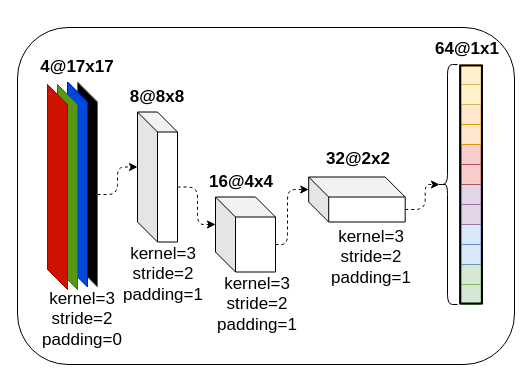
Above: page "CNN" (5 of 5) of Documents/diagrams.drawio in mirkousuelli/RGBD-Triplet-Patched-Localization (draw.io), before the change. Source tidied: cells renumbered, new cells numbered last; positions are measured from the earlier drawing's top-left corner, leaving out a move shared by most shapes. Both pictures are drawn from the tidied source at 100%, with x=0, y=0 at pixel (17, 27).
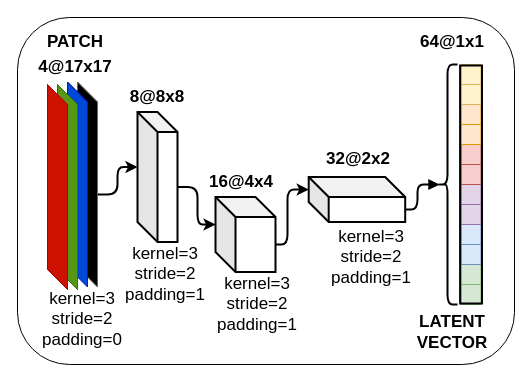
After the change.

The change refers to these unchanged cells:
```xml
<mxCell id="4" style="shape=cube;whiteSpace=wrap;html=1;boundedLbl=1;backgroundOutline=1;darkOpacity=0.05;darkOpacity2=0.1;size=20;shadow=0;sketch=0;fillColor=#000000;fontColor=#333333;strokeColor=#666666;" parent="1" vertex="1">
  <mxGeometry x="60" y="54.5" width="20" height="205" as="geometry" />
</mxCell>
```

Change to the diagram source:
```diff
@@
     <mxCell id="2" style="rounded=1;whiteSpace=wrap;html=1;fillColor=none;" parent="1" vertex="1">
-      <mxGeometry width="497" height="337" as="geometry" />
+      <mxGeometry y="-10" width="497" height="347" as="geometry" />
     </mxCell>
-    <mxCell id="3" style="edgeStyle=orthogonalEdgeStyle;rounded=1;jettySize=auto;html=1;exitX=0;exitY=0;exitDx=20;exitDy=112.5;exitPerimeter=0;entryX=0;entryY=0;entryDx=0;entryDy=55;entryPerimeter=0;fontSize=15;dashed=1;" parent="1" edge="1" source="4" target="6">
+    <mxCell id="3" style="edgeStyle=orthogonalEdgeStyle;rounded=1;jettySize=auto;html=1;exitX=0;exitY=0;exitDx=20;exitDy=112.5;exitPerimeter=0;entryX=0;entryY=0;entryDx=0;entryDy=55;entryPerimeter=0;fontSize=15;strokeWidth=2;" parent="1" edge="1" source="4" target="6">
       <mxGeometry relative="1" as="geometry">
         <Array as="points">
           <mxPoint x="100" y="167" />
           <mxPoint x="100" y="140" />
         </Array>
       </mxGeometry>
     </mxCell>
@@
-    <mxCell id="5" style="edgeStyle=orthogonalEdgeStyle;rounded=1;jettySize=auto;html=1;exitX=0;exitY=0;exitDx=40;exitDy=75;exitPerimeter=0;entryX=0;entryY=0;entryDx=0;entryDy=27.5;entryPerimeter=0;fontSize=15;dashed=1;" parent="1" edge="1" source="6" target="8">
+    <mxCell id="5" style="edgeStyle=orthogonalEdgeStyle;rounded=1;jettySize=auto;html=1;exitX=0;exitY=0;exitDx=40;exitDy=75;exitPerimeter=0;entryX=0;entryY=0;entryDx=0;entryDy=27.5;entryPerimeter=0;fontSize=15;strokeWidth=2;" parent="1" edge="1" source="6" target="8">
       <mxGeometry relative="1" as="geometry">
         <Array as="points">
           <mxPoint x="180" y="160" />
           <mxPoint x="180" y="197" />
         </Array>
       </mxGeometry>
     </mxCell>
-    <mxCell id="6" style="shape=cube;whiteSpace=wrap;html=1;boundedLbl=1;backgroundOutline=1;darkOpacity=0.05;darkOpacity2=0.1;size=20;shadow=0;sketch=0;" parent="1" vertex="1">
+    <mxCell id="6" style="shape=cube;whiteSpace=wrap;html=1;boundedLbl=1;backgroundOutline=1;darkOpacity=0.05;darkOpacity2=0.1;size=20;shadow=0;sketch=0;strokeWidth=2;" parent="1" vertex="1">
       <mxGeometry x="120" y="84.5" width="40" height="130" as="geometry" />
     </mxCell>
-    <mxCell id="7" style="edgeStyle=orthogonalEdgeStyle;rounded=1;jettySize=auto;html=1;exitX=0;exitY=0;exitDx=60;exitDy=47.5;exitPerimeter=0;entryX=0;entryY=0;entryDx=0;entryDy=12.5;entryPerimeter=0;fontSize=15;dashed=1;" parent="1" edge="1" source="8" target="10">
+    <mxCell id="7" style="edgeStyle=orthogonalEdgeStyle;rounded=1;jettySize=auto;html=1;exitX=0;exitY=0;exitDx=60;exitDy=47.5;exitPerimeter=0;entryX=0;entryY=0;entryDx=0;entryDy=12.5;entryPerimeter=0;fontSize=15;strokeWidth=2;" parent="1" edge="1" source="8" target="10">
       <mxGeometry relative="1" as="geometry">
         <Array as="points">
           <mxPoint x="270" y="217" />
           <mxPoint x="270" y="162" />
         </Array>
       </mxGeometry>
     </mxCell>
-    <mxCell id="8" style="shape=cube;whiteSpace=wrap;html=1;boundedLbl=1;backgroundOutline=1;darkOpacity=0.05;darkOpacity2=0.1;size=20;shadow=0;" parent="1" vertex="1">
+    <mxCell id="8" style="shape=cube;whiteSpace=wrap;html=1;boundedLbl=1;backgroundOutline=1;darkOpacity=0.05;darkOpacity2=0.1;size=20;shadow=0;strokeWidth=2;" parent="1" vertex="1">
       <mxGeometry x="198" y="169.5" width="60" height="75" as="geometry" />
     </mxCell>
-    <mxCell id="9" style="edgeStyle=orthogonalEdgeStyle;rounded=1;jettySize=auto;html=1;exitX=0;exitY=0;exitDx=96.5;exitDy=32.5;exitPerimeter=0;entryX=0.1;entryY=0.5;entryDx=0;entryDy=0;entryPerimeter=0;fontSize=15;dashed=1;" parent="1" edge="1" source="10" target="23">
-      <mxGeometry relative="1" as="geometry" />
+    <mxCell id="9" style="edgeStyle=orthogonalEdgeStyle;rounded=1;jettySize=auto;html=1;exitX=0;exitY=0;exitDx=96.5;exitDy=32.5;exitPerimeter=0;entryX=0.1;entryY=0.5;entryDx=0;entryDy=0;entryPerimeter=0;fontSize=15;strokeWidth=2;endArrow=block;endFill=1;" parent="1" edge="1" source="10" target="23">
+      <mxGeometry relative="1" as="geometry">
+        <Array as="points">
+          <mxPoint x="400" y="182" />
+          <mxPoint x="400" y="157" />
+        </Array>
+      </mxGeometry>
     </mxCell>
-    <mxCell id="10" style="shape=cube;whiteSpace=wrap;html=1;boundedLbl=1;backgroundOutline=1;darkOpacity=0.05;darkOpacity2=0.1;size=20;shadow=0;" parent="1" vertex="1">
+    <mxCell id="10" style="shape=cube;whiteSpace=wrap;html=1;boundedLbl=1;backgroundOutline=1;darkOpacity=0.05;darkOpacity2=0.1;size=20;shadow=0;strokeWidth=2;" parent="1" vertex="1">
       <mxGeometry x="291.2" y="149.5" width="96.5" height="45" as="geometry" />
     </mxCell>
@@
-    <mxCell id="23" style="shape=curlyBracket;whiteSpace=wrap;html=1;rounded=1;strokeColor=#000000;fillColor=#FFECCC;gradientColor=#FFB570;size=0.5;" parent="1" vertex="1">
+    <mxCell id="23" style="shape=curlyBracket;whiteSpace=wrap;html=1;rounded=1;strokeColor=#000000;fillColor=#FFECCC;gradientColor=#FFB570;size=0.5;strokeWidth=2;" parent="1" vertex="1">
       <mxGeometry x="420" y="37" width="20" height="240" as="geometry" />
     </mxCell>
     <mxCell id="24" value="&lt;b style=&quot;font-size: 17px;&quot;&gt;4@17x17&lt;/b&gt;" style="text;html=1;strokeColor=none;fillColor=none;align=center;verticalAlign=middle;whiteSpace=wrap;rounded=0;fontColor=#000000;fontSize=17;" parent="1" vertex="1">
-      <mxGeometry x="30" y="24.5" width="60" height="30" as="geometry" />
+      <mxGeometry x="28" y="24.5" width="60" height="30" as="geometry" />
     </mxCell>
-    <mxCell id="25" value="&lt;b style=&quot;font-size: 17px;&quot;&gt;8@8x8&lt;/b&gt;" style="text;html=1;strokeColor=none;fillColor=none;align=center;verticalAlign=middle;whiteSpace=wrap;rounded=0;fontColor=#000000;fontSize=17;" parent="1" vertex="1">
+    <mxCell id="25" value="&lt;span style=&quot;font-size: 17px;&quot;&gt;8@8x8&lt;/span&gt;" style="text;html=1;strokeColor=none;fillColor=none;align=center;verticalAlign=middle;whiteSpace=wrap;rounded=0;fontColor=#000000;fontSize=17;fontStyle=1;" parent="1" vertex="1">
       <mxGeometry x="110" y="54.5" width="60" height="30" as="geometry" />
     </mxCell>
@@
     <mxCell id="28" value="&lt;b style=&quot;font-size: 17px;&quot;&gt;64@1x1&lt;/b&gt;" style="text;html=1;strokeColor=none;fillColor=none;align=center;verticalAlign=middle;whiteSpace=wrap;rounded=0;fontColor=#000000;fontSize=17;" parent="1" vertex="1">
-      <mxGeometry x="420" y="7" width="60" height="30" as="geometry" />
+      <mxGeometry x="404.5" width="60" height="30" as="geometry" />
     </mxCell>
@@
     <mxCell id="30" value="kernel=3&lt;br style=&quot;font-size: 17px;&quot;&gt;stride=2&lt;br style=&quot;font-size: 17px;&quot;&gt;padding=1" style="text;html=1;strokeColor=none;fillColor=none;align=center;verticalAlign=middle;whiteSpace=wrap;rounded=0;fontSize=17;fontColor=#000000;" parent="1" vertex="1">
-      <mxGeometry x="132.2" y="232" width="27.8" height="30" as="geometry" />
+      <mxGeometry x="134.2" y="232" width="27.8" height="30" as="geometry" />
     </mxCell>
@@
+    <mxCell id="37" value="&lt;b&gt;LATENT&lt;br&gt;VECTOR&lt;/b&gt;" style="text;html=1;strokeColor=none;fillColor=none;align=center;verticalAlign=middle;whiteSpace=wrap;rounded=0;dashed=1;dashPattern=1 4;fontSize=17;" parent="1" vertex="1">
+      <mxGeometry x="404.5" y="290" width="60" height="30" as="geometry" />
+    </mxCell>
+    <mxCell id="38" value="&lt;b&gt;PATCH&lt;/b&gt;" style="text;html=1;strokeColor=none;fillColor=none;align=center;verticalAlign=middle;whiteSpace=wrap;rounded=0;dashed=1;dashPattern=1 4;fontSize=17;" parent="1" vertex="1">
+      <mxGeometry x="28" width="60" height="30" as="geometry" />
+    </mxCell>
```
